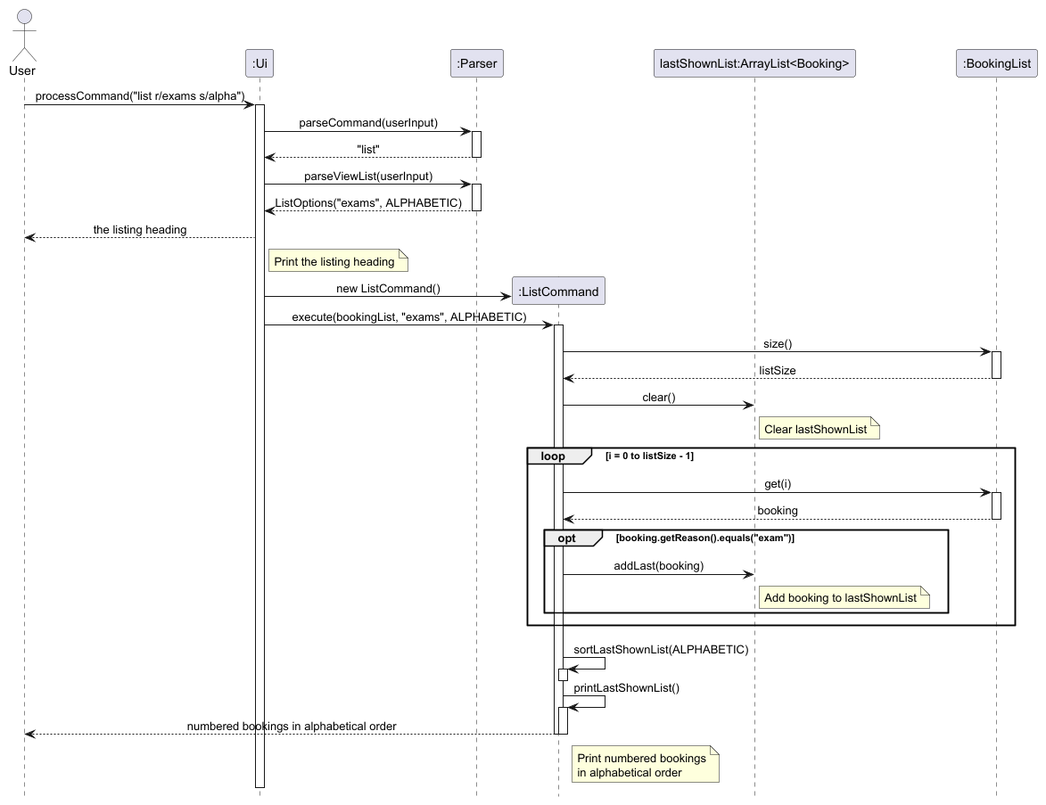
This is docs/UMLDiagrams/ListCommandSequenceDiagram.png from AY2627S1-CS2113-W14-2/tp, a PlantUML export, as it was before one commit.
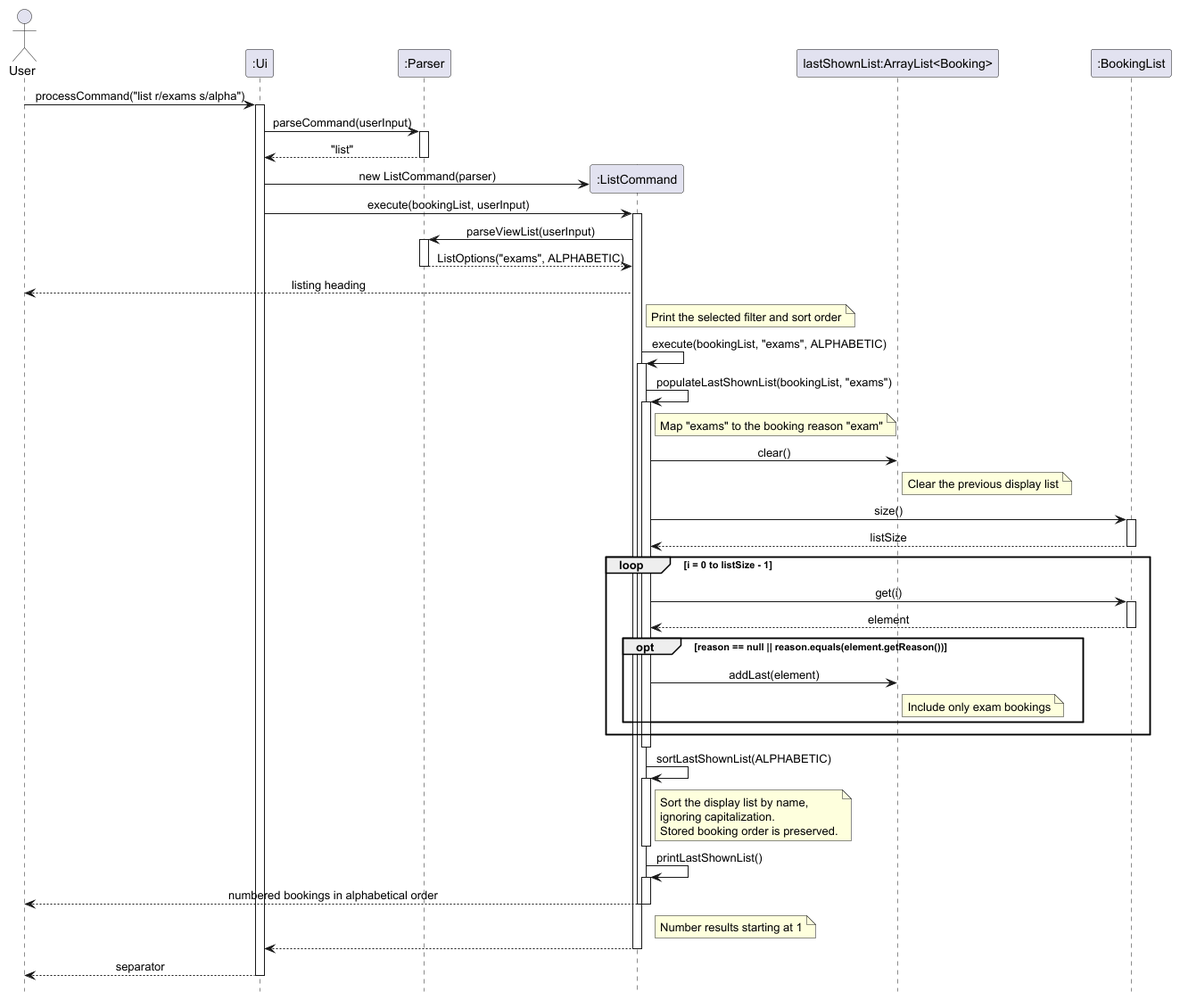
After the change.

The edit, as a diff of the source:
```diff
@@ -3,9 +3,7 @@
 hide footbox
 
 actor User
-
 participant ":Ui" as UI
-
 participant ":Parser" as Parser
 
 User -> UI: processCommand("list r/exams s/alpha")
@@ -16,56 +14,78 @@
 Parser --> UI: "list"
 deactivate Parser
 
-UI -> Parser: parseViewList(userInput)
-activate Parser
-Parser --> UI: ListOptions("exams", ALPHABETIC)
-deactivate Parser
+create participant ":ListCommand" as List
+UI -> List: new ListCommand(parser)
 
-UI --> User: the listing heading
-note right of UI: Print the listing heading
-
-create participant ":ListCommand" as List
-UI -> List: new ListCommand()
 participant "lastShownList:ArrayList<Booking>" as Shown
 participant ":BookingList" as Bookings
 
-UI -> List: execute(bookingList, "exams", ALPHABETIC)
+UI -> List: execute(bookingList, userInput)
 activate List
+
+List -> Parser: parseViewList(userInput)
+activate Parser
+Parser --> List: ListOptions("exams", ALPHABETIC)
+deactivate Parser
+
+List --> User: listing heading
+note right of List: Print the selected filter and sort order
+
+List -> List: execute(bookingList, "exams", ALPHABETIC)
+activate List
+
+List -> List: populateLastShownList(bookingList, "exams")
+activate List
+
+note right of List : Map "exams" to the booking reason "exam"
+
+List -> Shown: clear()
+note right of Shown: Clear the previous display list
 
 List -> Bookings: size()
 activate Bookings
 Bookings --> List: listSize
 deactivate Bookings
 
-List -> Shown: clear()
-note right of Shown: Clear lastShownList
-
 loop i = 0 to listSize - 1
     List -> Bookings: get(i)
     activate Bookings
-    Bookings --> List: booking
+    Bookings --> List: element
     deactivate Bookings
 
-    opt booking.getReason().equals("exam")
-       List -> Shown: addLast(booking)
-       note right of Shown: Add booking to lastShownList
+    opt reason == null || reason.equals(element.getReason())
+        List -> Shown: addLast(element)
+        note right of Shown: Include only exam bookings
     end
 end
 
+deactivate List
+
 List -> List: sortLastShownList(ALPHABETIC)
 activate List
+
+note right of List
+Sort the display list by name,
+ignoring capitalization.
+Stored booking order is preserved.
+end note
+
 deactivate List
 
 List -> List: printLastShownList()
 activate List
+
 List --> User: numbered bookings in alphabetical order
-note right of List
-Print numbered bookings
-in alphabetical order
-end note
+note right of List: Number results starting at 1
+
 deactivate List
 
 deactivate List
 
+List --> UI
+deactivate List
+
+UI --> User: separator
 deactivate UI
+
 @enduml
```
